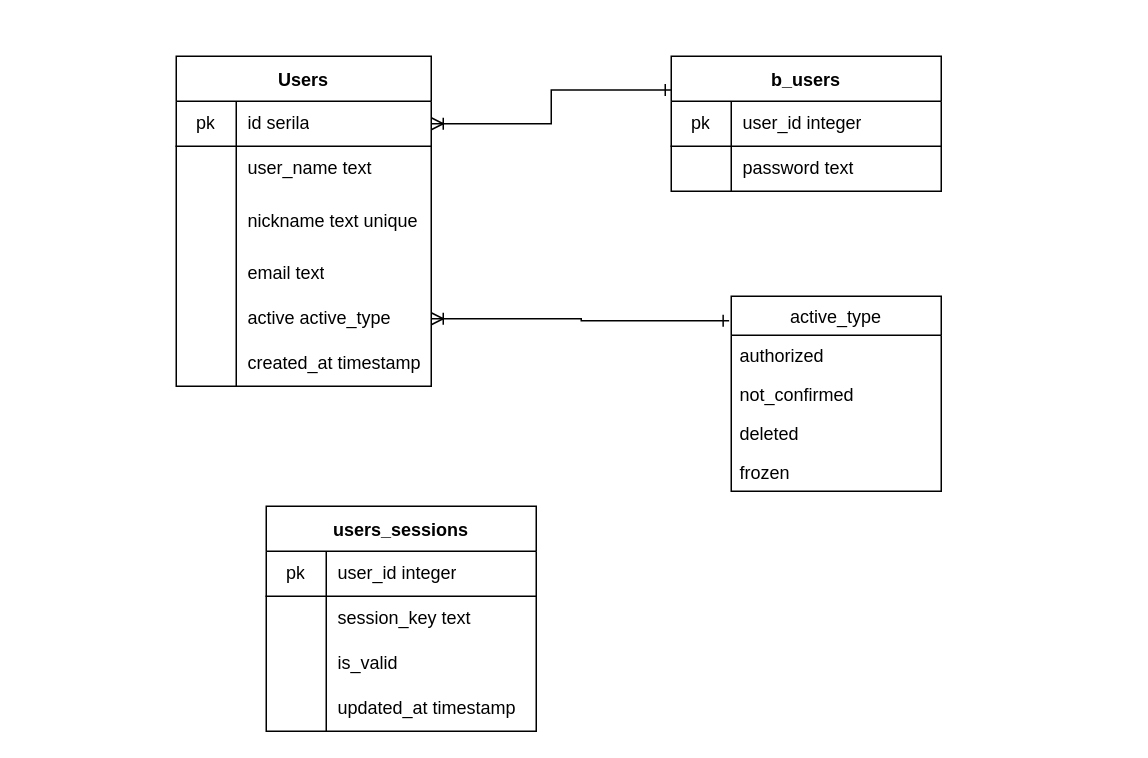
Before: DB.drawio in T0R0NT0T0KY0/tis-api, a draw.io diagram. Source tidied: cells renumbered, new cells numbered last; positions are measured from the earlier drawing's top-left corner, leaving out a move shared by most shapes. Both pictures are drawn from the tidied source at 150%, with x=0, y=0 at pixel (176, 56).
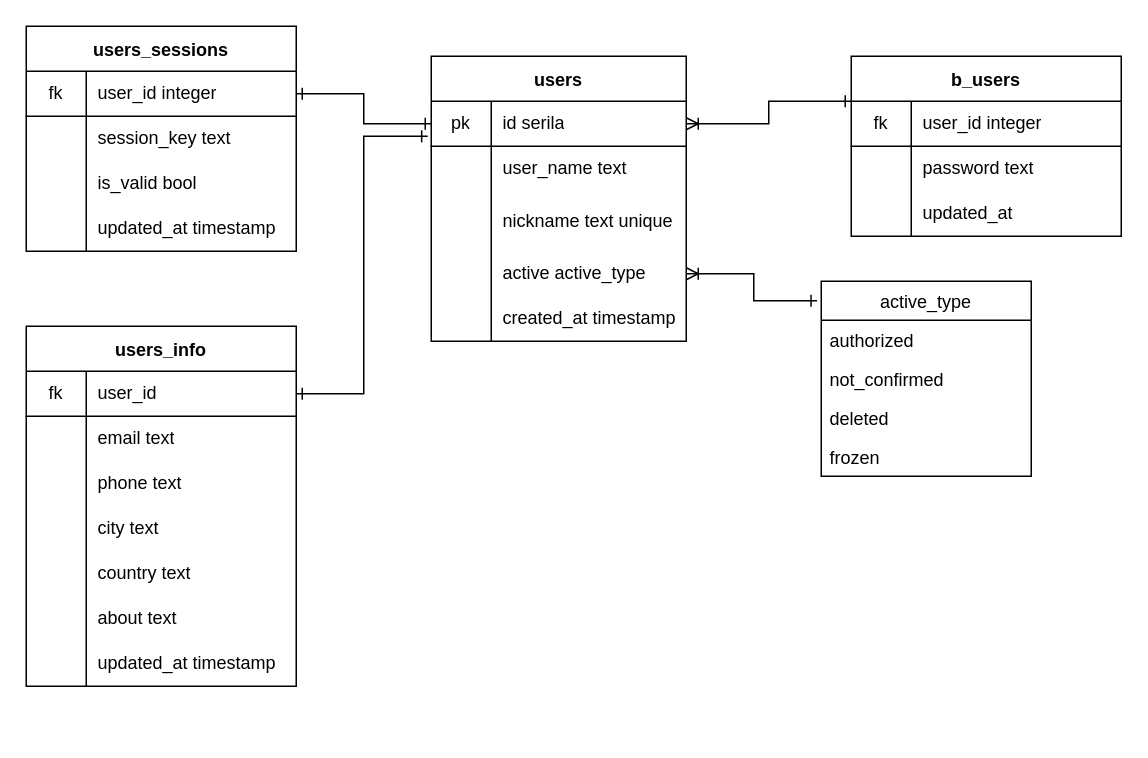
The same page after the edit.

The change refers to these unchanged cells:
```xml
<mxCell id="3" style="shape=partialRectangle;html=1;whiteSpace=wrap;fillColor=none;top=0;left=0;bottom=1;right=0;points=[[0,0.5],[1,0.5]];portConstraint=eastwest;" parent="2" vertex="1">
  <mxGeometry y="30" width="170" height="30" as="geometry" />
</mxCell>
<mxCell id="23" style="shape=partialRectangle;html=1;whiteSpace=wrap;fillColor=none;top=0;left=0;bottom=1;right=0;" parent="22" vertex="1">
  <mxGeometry y="30" width="180" height="30" as="geometry" />
</mxCell>
<mxCell id="36" style="shape=partialRectangle;html=1;whiteSpace=wrap;fillColor=none;top=0;left=0;bottom=1;right=0;points=[[0,0.5],[1,0.5]];portConstraint=eastwest;" parent="35" vertex="1">
  <mxGeometry y="30" width="180" height="30" as="geometry" />
</mxCell>
<mxCell id="42" style="shape=partialRectangle;html=1;whiteSpace=wrap;fillColor=none;top=0;left=0;bottom=0;right=0;" parent="35" vertex="1">
  <mxGeometry y="90" width="180" height="30" as="geometry" />
</mxCell>
```

Diff of the diagram source:
```diff
@@
-    <mxCell id="2" value="Users" style="shape=table;startSize=30;childLayout=tableLayout;rowLines=0;fontStyle=1;align=center;" parent="1" vertex="1">
-      <mxGeometry width="170" height="220" as="geometry" />
+    <mxCell id="2" value="users" style="shape=table;startSize=30;childLayout=tableLayout;rowLines=0;fontStyle=1;align=center;" parent="1" vertex="1">
+      <mxGeometry x="170" width="170" height="190" as="geometry" />
     </mxCell>
@@
-    <mxCell id="12" style="shape=partialRectangle;html=1;whiteSpace=wrap;fillColor=none;top=0;left=0;bottom=0;right=0;" parent="2" vertex="1">
-      <mxGeometry y="130" width="170" height="30" as="geometry" />
-    </mxCell>
-    <mxCell id="13" style="shape=partialRectangle;html=1;whiteSpace=wrap;fillColor=none;top=0;left=0;bottom=0;right=0;overflow=hidden;" parent="12" vertex="1">
-      <mxGeometry width="40" height="30" as="geometry" />
-    </mxCell>
-    <mxCell id="14" value="email text" style="shape=partialRectangle;html=1;whiteSpace=wrap;fillColor=none;top=0;left=0;bottom=0;right=0;align=left;spacingLeft=6;overflow=hidden;" parent="12" vertex="1">
-      <mxGeometry x="40" width="130" height="30" as="geometry" />
-    </mxCell>
     <mxCell id="15" style="shape=partialRectangle;html=1;whiteSpace=wrap;fillColor=none;top=0;left=0;bottom=0;right=0;points=[[0,0.5],[1,0.5]];portConstraint=eastwest;" parent="2" vertex="1">
-      <mxGeometry y="160" width="170" height="30" as="geometry" />
+      <mxGeometry y="130" width="170" height="30" as="geometry" />
     </mxCell>
@@
     <mxCell id="18" style="shape=partialRectangle;html=1;whiteSpace=wrap;fillColor=none;top=0;left=0;bottom=0;right=0;" parent="2" vertex="1">
-      <mxGeometry y="190" width="170" height="30" as="geometry" />
+      <mxGeometry y="160" width="170" height="30" as="geometry" />
     </mxCell>
@@
     <mxCell id="22" value="b_users" style="shape=table;startSize=30;childLayout=tableLayout;rowLines=0;fontStyle=1;align=center;" parent="1" vertex="1">
-      <mxGeometry x="330" width="180" height="90" as="geometry" />
+      <mxGeometry x="450" width="180" height="120" as="geometry" />
     </mxCell>
@@
-    <mxCell id="24" value="pk" style="shape=partialRectangle;html=1;whiteSpace=wrap;fillColor=none;top=0;left=0;bottom=0;right=0;overflow=hidden;" parent="23" vertex="1">
+    <mxCell id="24" value="fk" style="shape=partialRectangle;html=1;whiteSpace=wrap;fillColor=none;top=0;left=0;bottom=0;right=0;overflow=hidden;" parent="23" vertex="1">
       <mxGeometry width="40" height="30" as="geometry" />
     </mxCell>
@@
+    <mxCell id="48" style="shape=partialRectangle;html=1;whiteSpace=wrap;fillColor=none;top=0;left=0;bottom=0;right=0;" parent="22" vertex="1">
+      <mxGeometry y="90" width="180" height="30" as="geometry" />
+    </mxCell>
+    <mxCell id="49" style="shape=partialRectangle;html=1;whiteSpace=wrap;fillColor=none;top=0;left=0;bottom=0;right=0;overflow=hidden;" parent="48" vertex="1">
+      <mxGeometry width="40" height="30" as="geometry" />
+    </mxCell>
+    <mxCell id="50" value="updated_at" style="shape=partialRectangle;html=1;whiteSpace=wrap;fillColor=none;top=0;left=0;bottom=0;right=0;align=left;spacingLeft=6;overflow=hidden;" parent="48" vertex="1">
+      <mxGeometry x="40" width="140" height="30" as="geometry" />
+    </mxCell>
-    <mxCell id="29" style="edgeStyle=orthogonalEdgeStyle;rounded=0;jettySize=auto;html=1;exitX=-0.01;exitY=0.125;exitDx=0;exitDy=0;entryX=1;entryY=0.5;entryDx=0;entryDy=0;exitPerimeter=0;startArrow=ERone;startFill=0;endArrow=ERoneToMany;endFill=0;" parent="1" edge="1" source="30" target="15">
+    <mxCell id="29" style="edgeStyle=orthogonalEdgeStyle;rounded=0;jettySize=auto;html=1;exitX=-0.02;exitY=0.1;exitDx=0;exitDy=0;entryX=1;entryY=0.5;entryDx=0;entryDy=0;exitPerimeter=0;startArrow=ERone;startFill=0;endArrow=ERoneToMany;endFill=0;" parent="1" edge="1" source="30" target="15">
       <mxGeometry relative="1" as="geometry" />
     </mxCell>
     <mxCell id="30" value="active_type" style="swimlane;fontStyle=0;horizontal=1;startSize=26;" parent="1" vertex="1">
-      <mxGeometry x="370" y="160" width="140" height="130" as="geometry" />
+      <mxGeometry x="430" y="150" width="140" height="130" as="geometry" />
     </mxCell>
@@
     <mxCell id="35" value="users_sessions" style="shape=table;startSize=30;childLayout=tableLayout;rowLines=0;fontStyle=1;align=center;" parent="1" vertex="1">
-      <mxGeometry x="60" y="300" width="180" height="150" as="geometry" />
+      <mxGeometry x="-100" y="-20" width="180" height="150" as="geometry" />
     </mxCell>
@@
-    <mxCell id="37" value="pk" style="shape=partialRectangle;html=1;whiteSpace=wrap;fillColor=none;top=0;left=0;bottom=0;right=0;overflow=hidden;" parent="36" vertex="1">
+    <mxCell id="37" value="fk" style="shape=partialRectangle;html=1;whiteSpace=wrap;fillColor=none;top=0;left=0;bottom=0;right=0;overflow=hidden;" parent="36" vertex="1">
       <mxGeometry width="40" height="30" as="geometry" />
     </mxCell>
@@
-    <mxCell id="44" value="is_valid" style="shape=partialRectangle;html=1;whiteSpace=wrap;fillColor=none;top=0;left=0;bottom=0;right=0;align=left;spacingLeft=6;overflow=hidden;" parent="42" vertex="1">
+    <mxCell id="44" value="is_valid bool" style="shape=partialRectangle;html=1;whiteSpace=wrap;fillColor=none;top=0;left=0;bottom=0;right=0;align=left;spacingLeft=6;overflow=hidden;" parent="42" vertex="1">
       <mxGeometry x="40" width="140" height="30" as="geometry" />
     </mxCell>
@@
+    <mxCell id="51" style="edgeStyle=orthogonalEdgeStyle;rounded=0;jettySize=auto;html=1;exitX=1;exitY=0.5;exitDx=0;exitDy=0;entryX=0;entryY=0.5;entryDx=0;entryDy=0;startArrow=ERone;startFill=0;endArrow=ERone;endFill=0;" parent="1" edge="1" source="36" target="3">
+      <mxGeometry relative="1" as="geometry" />
+    </mxCell>
+    <mxCell id="52" value="users_info" style="shape=table;startSize=30;childLayout=tableLayout;rowLines=0;fontStyle=1;align=center;" parent="1" vertex="1">
+      <mxGeometry x="-100" y="180" width="180" height="240" as="geometry" />
+    </mxCell>
+    <mxCell id="53" style="shape=partialRectangle;html=1;whiteSpace=wrap;fillColor=none;top=0;left=0;bottom=1;right=0;points=[[0,0.5],[1,0.5]];portConstraint=eastwest;" parent="52" vertex="1">
+      <mxGeometry y="30" width="180" height="30" as="geometry" />
+    </mxCell>
+    <mxCell id="54" value="fk" style="shape=partialRectangle;html=1;whiteSpace=wrap;fillColor=none;top=0;left=0;bottom=0;right=0;overflow=hidden;" parent="53" vertex="1">
+      <mxGeometry width="40" height="30" as="geometry" />
+    </mxCell>
+    <mxCell id="55" value="user_id" style="shape=partialRectangle;html=1;whiteSpace=wrap;fillColor=none;top=0;left=0;bottom=0;right=0;align=left;spacingLeft=6;overflow=hidden;" parent="53" vertex="1">
+      <mxGeometry x="40" width="140" height="30" as="geometry" />
+    </mxCell>
+    <mxCell id="56" style="shape=partialRectangle;html=1;whiteSpace=wrap;fillColor=none;top=0;left=0;bottom=0;right=0;" parent="52" vertex="1">
+      <mxGeometry y="60" width="180" height="30" as="geometry" />
+    </mxCell>
+    <mxCell id="57" style="shape=partialRectangle;html=1;whiteSpace=wrap;fillColor=none;top=0;left=0;bottom=0;right=0;overflow=hidden;" parent="56" vertex="1">
+      <mxGeometry width="40" height="30" as="geometry" />
+    </mxCell>
+    <mxCell id="14" value="email text" style="shape=partialRectangle;html=1;whiteSpace=wrap;fillColor=none;top=0;left=0;bottom=0;right=0;align=left;spacingLeft=6;overflow=hidden;" parent="56" vertex="1">
+      <mxGeometry x="40" width="140" height="30" as="geometry" />
+    </mxCell>
+    <mxCell id="58" style="shape=partialRectangle;html=1;whiteSpace=wrap;fillColor=none;top=0;left=0;bottom=0;right=0;" parent="52" vertex="1">
+      <mxGeometry y="90" width="180" height="30" as="geometry" />
+    </mxCell>
+    <mxCell id="59" style="shape=partialRectangle;html=1;whiteSpace=wrap;fillColor=none;top=0;left=0;bottom=0;right=0;overflow=hidden;" parent="58" vertex="1">
+      <mxGeometry width="40" height="30" as="geometry" />
+    </mxCell>
+    <mxCell id="60" value="phone text" style="shape=partialRectangle;html=1;whiteSpace=wrap;fillColor=none;top=0;left=0;bottom=0;right=0;align=left;spacingLeft=6;overflow=hidden;" parent="58" vertex="1">
+      <mxGeometry x="40" width="140" height="30" as="geometry" />
+    </mxCell>
+    <mxCell id="61" style="shape=partialRectangle;html=1;whiteSpace=wrap;fillColor=none;top=0;left=0;bottom=0;right=0;" parent="52" vertex="1">
+      <mxGeometry y="120" width="180" height="30" as="geometry" />
+    </mxCell>
+    <mxCell id="62" style="shape=partialRectangle;html=1;whiteSpace=wrap;fillColor=none;top=0;left=0;bottom=0;right=0;overflow=hidden;" parent="61" vertex="1">
+      <mxGeometry width="40" height="30" as="geometry" />
+    </mxCell>
+    <mxCell id="63" value="city text" style="shape=partialRectangle;html=1;whiteSpace=wrap;fillColor=none;top=0;left=0;bottom=0;right=0;align=left;spacingLeft=6;overflow=hidden;" parent="61" vertex="1">
+      <mxGeometry x="40" width="140" height="30" as="geometry" />
+    </mxCell>
+    <mxCell id="64" style="shape=partialRectangle;html=1;whiteSpace=wrap;fillColor=none;top=0;left=0;bottom=0;right=0;" parent="52" vertex="1">
+      <mxGeometry y="150" width="180" height="30" as="geometry" />
+    </mxCell>
+    <mxCell id="65" style="shape=partialRectangle;html=1;whiteSpace=wrap;fillColor=none;top=0;left=0;bottom=0;right=0;overflow=hidden;" parent="64" vertex="1">
+      <mxGeometry width="40" height="30" as="geometry" />
+    </mxCell>
+    <mxCell id="66" value="country text" style="shape=partialRectangle;html=1;whiteSpace=wrap;fillColor=none;top=0;left=0;bottom=0;right=0;align=left;spacingLeft=6;overflow=hidden;" parent="64" vertex="1">
+      <mxGeometry x="40" width="140" height="30" as="geometry" />
+    </mxCell>
+    <mxCell id="67" style="shape=partialRectangle;html=1;whiteSpace=wrap;fillColor=none;top=0;left=0;bottom=0;right=0;" parent="52" vertex="1">
+      <mxGeometry y="180" width="180" height="30" as="geometry" />
+    </mxCell>
+    <mxCell id="68" style="shape=partialRectangle;html=1;whiteSpace=wrap;fillColor=none;top=0;left=0;bottom=0;right=0;overflow=hidden;" parent="67" vertex="1">
+      <mxGeometry width="40" height="30" as="geometry" />
+    </mxCell>
+    <mxCell id="69" value="about text" style="shape=partialRectangle;html=1;whiteSpace=wrap;fillColor=none;top=0;left=0;bottom=0;right=0;align=left;spacingLeft=6;overflow=hidden;" parent="67" vertex="1">
+      <mxGeometry x="40" width="140" height="30" as="geometry" />
+    </mxCell>
+    <mxCell id="70" style="shape=partialRectangle;html=1;whiteSpace=wrap;fillColor=none;top=0;left=0;bottom=0;right=0;" parent="52" vertex="1">
+      <mxGeometry y="210" width="180" height="30" as="geometry" />
+    </mxCell>
+    <mxCell id="71" style="shape=partialRectangle;html=1;whiteSpace=wrap;fillColor=none;top=0;left=0;bottom=0;right=0;overflow=hidden;" parent="70" vertex="1">
+      <mxGeometry width="40" height="30" as="geometry" />
+    </mxCell>
+    <mxCell id="72" value="updated_at timestamp" style="shape=partialRectangle;html=1;whiteSpace=wrap;fillColor=none;top=0;left=0;bottom=0;right=0;align=left;spacingLeft=6;overflow=hidden;" parent="70" vertex="1">
+      <mxGeometry x="40" width="140" height="30" as="geometry" />
+    </mxCell>
+    <mxCell id="73" style="edgeStyle=orthogonalEdgeStyle;rounded=0;jettySize=auto;html=1;exitX=1;exitY=0.5;exitDx=0;exitDy=0;entryX=-0.014;entryY=0.78;entryDx=0;entryDy=0;entryPerimeter=0;startArrow=ERone;startFill=0;endArrow=ERone;endFill=0;" parent="1" edge="1" source="53" target="3">
+      <mxGeometry relative="1" as="geometry" />
+    </mxCell>
```
